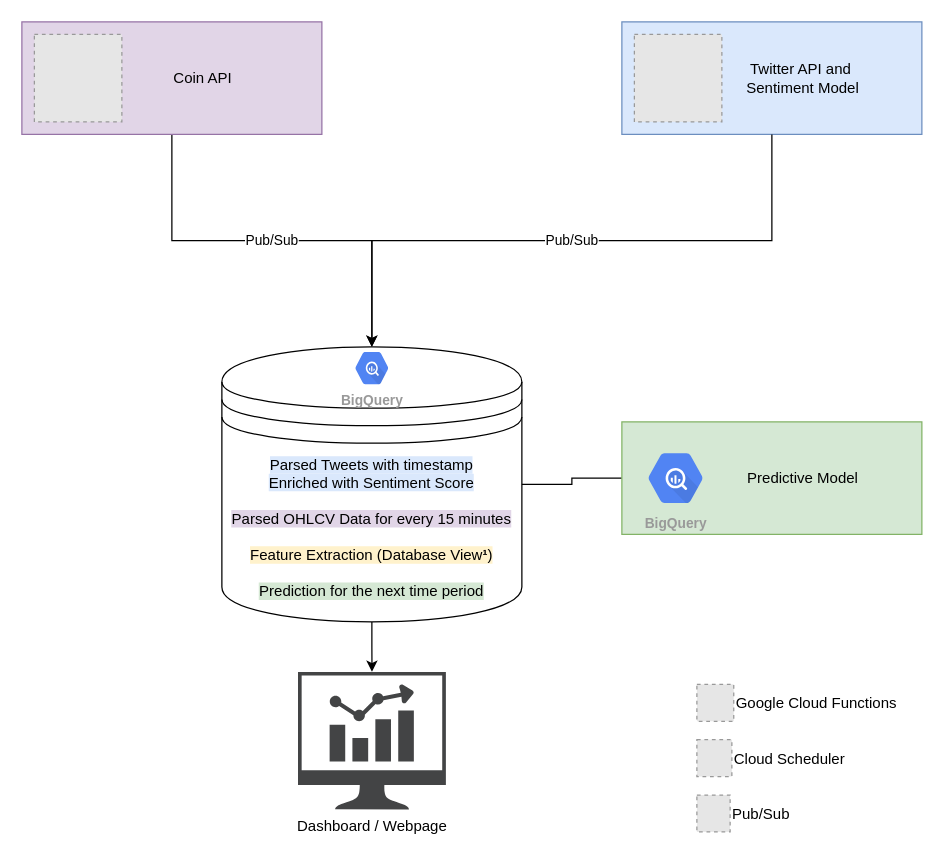
Above: page "Overview" (2 of 5) of documentation/DataFlow.drawio in ptgrigorov27/TheMask (draw.io), before the change. Source tidied: cells renumbered, new cells numbered last; positions are measured from the earlier drawing's top-left corner, leaving out a move shared by most shapes. Both pictures are drawn from the tidied source at 125%, with x=0, y=0 at pixel (21, 21). Pictures stored in the file or linked from it are replaced by grey dashed boxes.
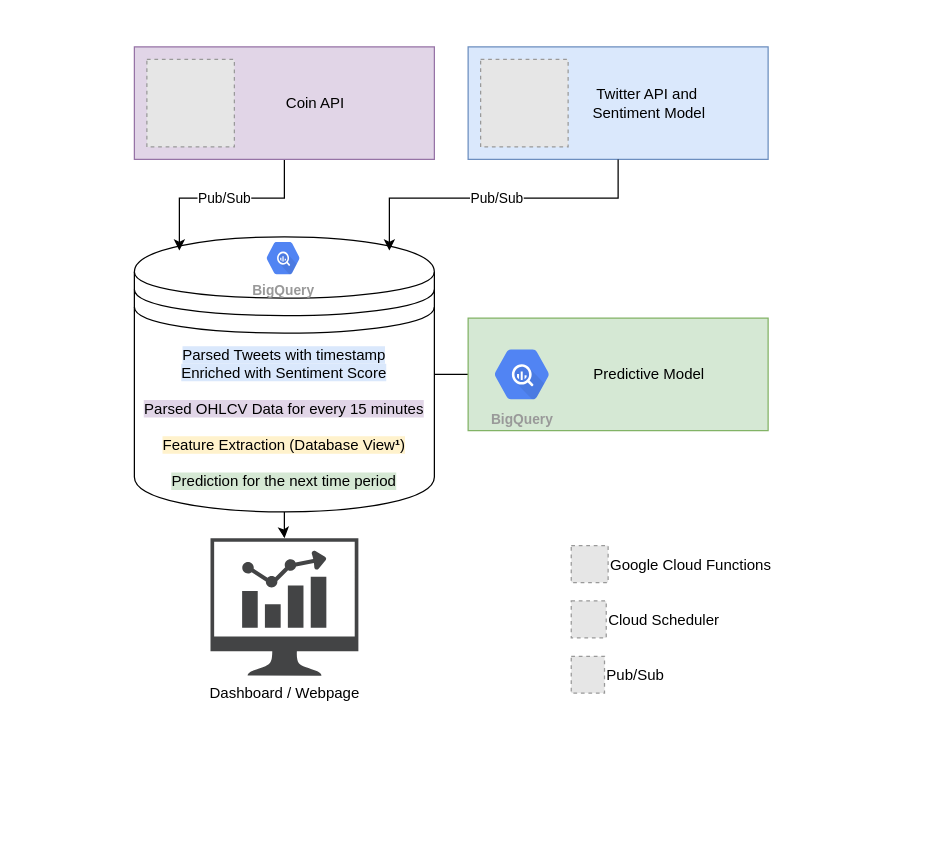
The same diagram, later.

The edit, as a diff of the source:
```diff
@@
 <mxGraphModel>
   <root>
     <mxCell id="0" />
     <mxCell id="1" parent="0" />
     <mxCell id="2" style="edgeStyle=orthogonalEdgeStyle;rounded=0;jettySize=auto;html=1;exitX=0.5;exitY=1;exitDx=0;exitDy=0;fontColor=#000000;" parent="1" edge="1" source="3" target="10">
       <mxGeometry relative="1" as="geometry" />
     </mxCell>
     <mxCell id="3" value="&lt;span style=&quot;background-color: rgb(218 , 232 , 252)&quot;&gt;Parsed Tweets with timestamp&lt;br&gt;Enriched with Sentiment Score&lt;/span&gt;&lt;br&gt;&lt;br&gt;&lt;span style=&quot;background-color: rgb(225 , 213 , 231)&quot;&gt;Parsed OHLCV Data for every 15 minutes&lt;br&gt;&lt;/span&gt;&lt;br&gt;&lt;font style=&quot;background-color: rgb(255 , 242 , 204)&quot;&gt;Feature Extraction (Database View&lt;b&gt;¹&lt;/b&gt;)&lt;br&gt;&lt;/font&gt;&lt;br&gt;&lt;span style=&quot;background-color: rgb(213 , 232 , 212)&quot;&gt;Prediction for the next time period&lt;/span&gt;" style="shape=datastore;whiteSpace=wrap;html=1;" parent="1" vertex="1">
-      <mxGeometry x="160" y="260" width="240" height="220" as="geometry" />
+      <mxGeometry x="90" y="172" width="240" height="220" as="geometry" />
     </mxCell>
-    <mxCell id="4" value="Pub/Sub" style="edgeStyle=orthogonalEdgeStyle;rounded=0;jettySize=auto;html=1;exitX=0.5;exitY=1;exitDx=0;exitDy=0;entryX=0.5;entryY=0;entryDx=0;entryDy=0;fontColor=#000000;" parent="1" edge="1" source="5" target="3">
+    <mxCell id="4" value="Pub/Sub" style="edgeStyle=orthogonalEdgeStyle;rounded=0;jettySize=auto;html=1;exitX=0.5;exitY=1;exitDx=0;exitDy=0;entryX=0.15;entryY=0.05;entryDx=0;entryDy=0;fontColor=#000000;entryPerimeter=0;" parent="1" edge="1" source="5" target="3">
       <mxGeometry relative="1" as="geometry" />
     </mxCell>
     <mxCell id="5" value="Coin API" style="rounded=0;whiteSpace=wrap;html=1;fillColor=#e1d5e7;strokeColor=#9673a6;spacingLeft=50;" parent="1" vertex="1">
-      <mxGeometry width="240" height="90" as="geometry" />
+      <mxGeometry x="90" y="20" width="240" height="90" as="geometry" />
     </mxCell>
     <mxCell id="6" value="Twitter API and&amp;nbsp;&lt;br&gt;Sentiment Model" style="rounded=0;whiteSpace=wrap;html=1;fillColor=#dae8fc;strokeColor=#6c8ebf;spacingLeft=50;" parent="1" vertex="1">
-      <mxGeometry x="480" width="240" height="90" as="geometry" />
+      <mxGeometry x="357" y="20" width="240" height="90" as="geometry" />
     </mxCell>
-    <mxCell id="7" value="Pub/Sub" style="edgeStyle=orthogonalEdgeStyle;rounded=0;jettySize=auto;html=1;exitX=0.5;exitY=1;exitDx=0;exitDy=0;fontColor=#000000;" parent="1" edge="1" source="6" target="3">
+    <mxCell id="7" value="Pub/Sub" style="edgeStyle=orthogonalEdgeStyle;rounded=0;jettySize=auto;html=1;exitX=0.5;exitY=1;exitDx=0;exitDy=0;fontColor=#000000;entryX=0.85;entryY=0.05;entryDx=0;entryDy=0;entryPerimeter=0;" parent="1" edge="1" source="6" target="3">
       <mxGeometry relative="1" as="geometry" />
     </mxCell>
     <mxCell id="8" style="edgeStyle=orthogonalEdgeStyle;rounded=0;jettySize=auto;html=1;exitX=0;exitY=0.5;exitDx=0;exitDy=0;endArrow=none;endFill=0;" parent="1" edge="1" source="9" target="3">
       <mxGeometry relative="1" as="geometry" />
     </mxCell>
     <mxCell id="9" value="Predictive Model" style="rounded=0;whiteSpace=wrap;html=1;fillColor=#d5e8d4;strokeColor=#82b366;spacingLeft=50;" parent="1" vertex="1">
-      <mxGeometry x="480" y="320" width="240" height="90" as="geometry" />
+      <mxGeometry x="357" y="237" width="240" height="90" as="geometry" />
     </mxCell>
     <mxCell id="10" value="Dashboard / Webpage" style="sketch=0;shadow=0;dashed=0;html=1;strokeColor=none;fillColor=#434445;labelPosition=center;verticalLabelPosition=bottom;verticalAlign=top;align=center;outlineConnect=0;shape=mxgraph.vvd.nsx_dashboard;labelBackgroundColor=#FFFFFF;fontColor=#000000;" parent="1" vertex="1">
-      <mxGeometry x="220.9" y="520" width="118.3" height="110" as="geometry" />
+      <mxGeometry x="150.9" y="413" width="118.3" height="110" as="geometry" />
     </mxCell>
     <mxCell id="11" style="fillColor=#E6E6E6;strokeColor=#999999;dashed=1;verticalLabelPosition=middle;labelBackgroundColor=#ffffff;verticalAlign=middle;align=left;labelPosition=right;" parent="1" vertex="1">
-      <mxGeometry x="490" y="10" width="70" height="70" as="geometry" />
+      <mxGeometry x="367" y="30" width="70" height="70" as="geometry" />
     </mxCell>
     <mxCell id="12" style="fillColor=#E6E6E6;strokeColor=#999999;dashed=1;verticalLabelPosition=middle;labelBackgroundColor=#ffffff;verticalAlign=middle;align=left;labelPosition=right;" parent="1" vertex="1">
-      <mxGeometry x="10" y="10" width="70" height="70" as="geometry" />
+      <mxGeometry x="100" y="30" width="70" height="70" as="geometry" />
     </mxCell>
     <mxCell id="13" value="BigQuery" style="sketch=0;html=1;fillColor=#5184F3;strokeColor=none;verticalAlign=top;labelPosition=center;verticalLabelPosition=bottom;align=center;spacingTop=-6;fontSize=11;fontStyle=1;fontColor=#999999;shape=mxgraph.gcp2.hexIcon;prIcon=bigquery;" parent="1" vertex="1">
-      <mxGeometry x="260" y="258" width="40" height="38" as="geometry" />
+      <mxGeometry x="189" y="170" width="40" height="38" as="geometry" />
     </mxCell>
     <mxCell id="14" value="BigQuery" style="sketch=0;html=1;fillColor=#5184F3;strokeColor=none;verticalAlign=top;labelPosition=center;verticalLabelPosition=bottom;align=center;spacingTop=-6;fontSize=11;fontStyle=1;fontColor=#999999;shape=mxgraph.gcp2.hexIcon;prIcon=bigquery;" parent="1" vertex="1">
-      <mxGeometry x="490" y="335.8" width="66" height="58.5" as="geometry" />
+      <mxGeometry x="367" y="252.8" width="66" height="58.5" as="geometry" />
     </mxCell>
     <mxCell id="15" style="group;" parent="1" vertex="1">
-      <mxGeometry x="540" y="530" width="50" height="118" as="geometry" />
+      <mxGeometry x="439.5" y="419" width="50" height="118" as="geometry" />
     </mxCell>
     <mxCell id="16" value="Google Cloud Functions" style="fillColor=#E6E6E6;strokeColor=#999999;dashed=1;verticalLabelPosition=middle;labelBackgroundColor=#ffffff;verticalAlign=middle;align=left;labelPosition=right;" parent="15" vertex="1">
       <mxGeometry width="29.5" height="29.5" as="geometry" />
     </mxCell>
     <mxCell id="17" value="Cloud Scheduler" style="fillColor=#E6E6E6;strokeColor=#999999;dashed=1;verticalLabelPosition=middle;labelBackgroundColor=#ffffff;verticalAlign=middle;labelPosition=right;align=left;" parent="15" vertex="1">
       <mxGeometry y="44.2" width="28" height="29.5" as="geometry" />
     </mxCell>
     <mxCell id="18" value="Pub/Sub" style="fillColor=#E6E6E6;strokeColor=#999999;dashed=1;verticalLabelPosition=middle;labelBackgroundColor=#ffffff;verticalAlign=middle;labelPosition=right;align=left;" parent="15" vertex="1">
       <mxGeometry y="88.5" width="26.6" height="29.5" as="geometry" />
     </mxCell>
   </root>
 </mxGraphModel>
```
